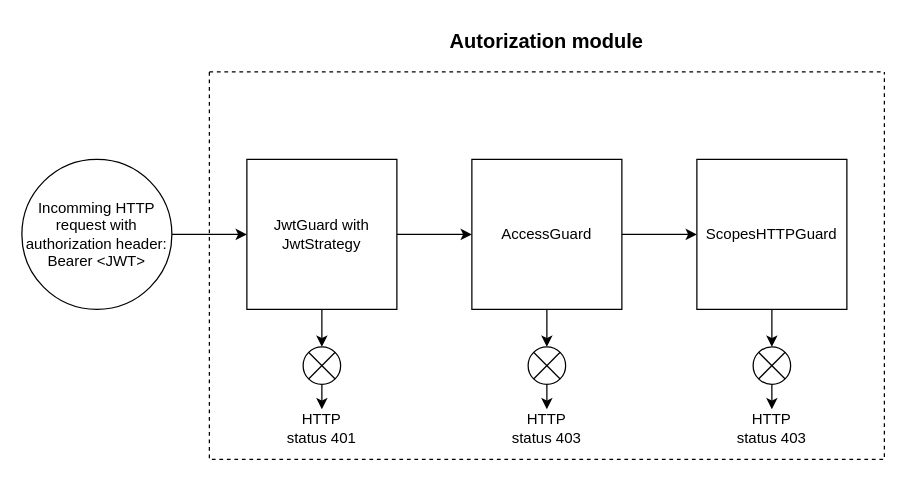
The draw.io diagram guards-flow.drawio in Yaroslav-BV/auth-nestjs-xsa, before the edit. Source tidied: cells renumbered, new cells numbered last; positions are measured from the earlier drawing's top-left corner, leaving out a move shared by most shapes. Both pictures are drawn from the tidied source at 125%, with x=0, y=0 at pixel (21, 21).
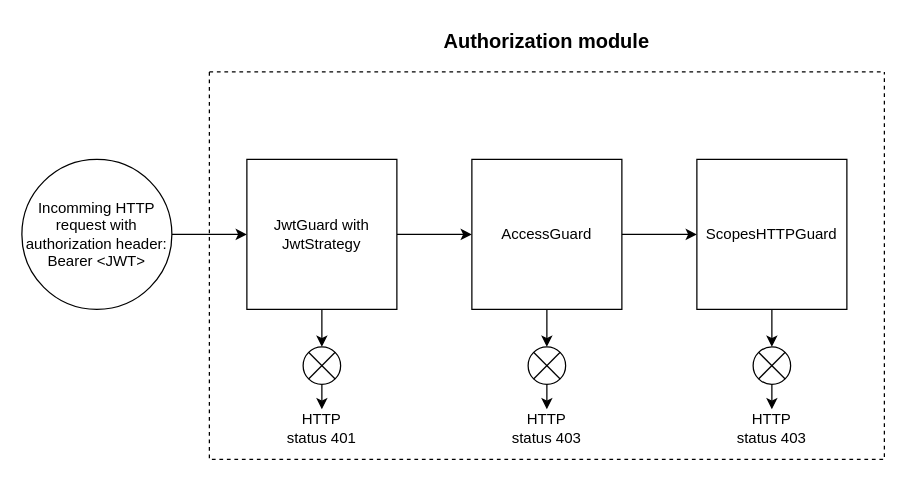
Above is the later version.

Commit message:
Fixed bugs on guards flow

Diff of the diagram source:
```diff
@@
-    <mxCell id="22" value="&lt;span style=&quot;font-weight: 700;&quot;&gt;Autorization module&lt;/span&gt;" style="text;html=1;strokeColor=none;fillColor=none;align=center;verticalAlign=middle;whiteSpace=wrap;rounded=0;dashed=1;fillStyle=auto;fontSize=16;fontColor=#000000;" parent="1" vertex="1">
+    <mxCell id="22" value="&lt;span style=&quot;font-weight: 700;&quot;&gt;Authorization module&lt;/span&gt;" style="text;html=1;strokeColor=none;fillColor=none;align=center;verticalAlign=middle;whiteSpace=wrap;rounded=0;dashed=1;fillStyle=auto;fontSize=16;fontColor=#000000;" parent="1" vertex="1">
       <mxGeometry x="335" width="170" height="30" as="geometry" />
     </mxCell>
```
